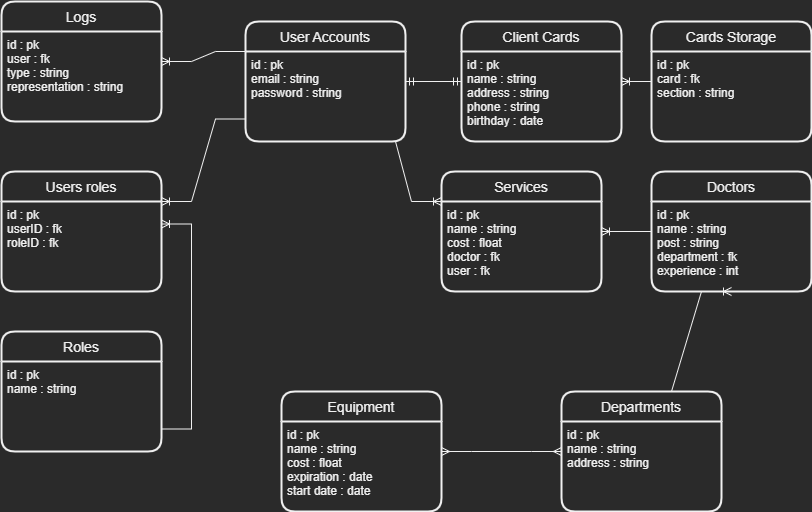
Above: db_scheme.png in Tim-Abozny/DbManagmentSystem (draw.io), before the change. Source tidied: cells renumbered, new cells last; positions are measured from the earlier drawing's top-left corner, leaving out a move shared by most shapes.
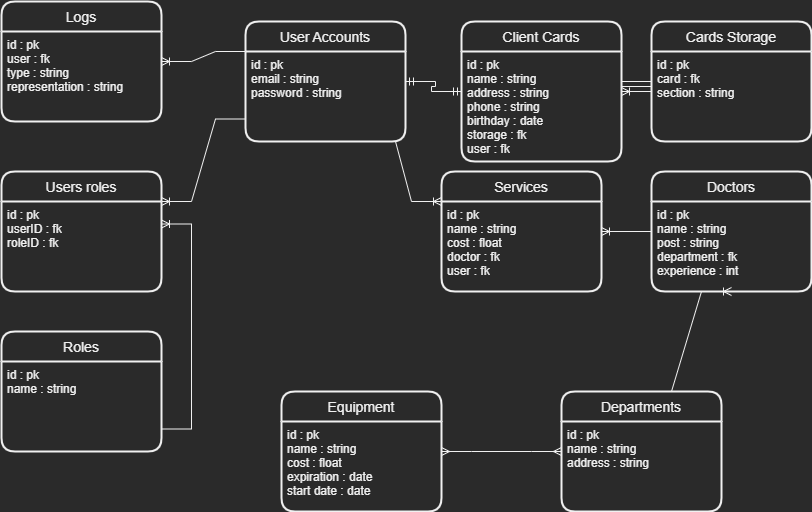
After the commit.

Commit message:
Fixed user cards table

Change to the diagram source:
```diff
@@ -39,10 +39,10 @@
       <mxGeometry y="30" width="160" height="90" as="geometry" />
     </mxCell>
     <mxCell id="14" value="Client Cards" style="swimlane;horizontal=1;startSize=30;rounded=1;fontSize=14;fontStyle=0;strokeWidth=2;shadow=0;dashed=0;align=center;" parent="1" vertex="1">
-      <mxGeometry x="460" y="20" width="160" height="120" as="geometry" />
+      <mxGeometry x="460" y="20" width="160" height="140" as="geometry" />
     </mxCell>
-    <mxCell id="15" value="id : pk&#10;name : string&#10;address : string&#10;phone : string&#10;birthday : date" style="align=left;strokeColor=none;fillColor=none;spacingLeft=4;fontSize=12;verticalAlign=top;" parent="14" vertex="1">
-      <mxGeometry y="30" width="160" height="90" as="geometry" />
+    <mxCell id="15" value="id : pk&#10;name : string&#10;address : string&#10;phone : string&#10;birthday : date&#10;storage : fk&#10;user : fk" style="align=left;strokeColor=none;fillColor=none;spacingLeft=4;fontSize=12;verticalAlign=top;" parent="14" vertex="1">
+      <mxGeometry y="30" width="160" height="110" as="geometry" />
     </mxCell>
     <mxCell id="16" value="Doctors" style="swimlane;horizontal=1;startSize=30;rounded=1;fontSize=14;fontStyle=0;strokeWidth=2;shadow=0;dashed=0;align=center;" parent="1" vertex="1">
       <mxGeometry x="650" y="170" width="160" height="120" as="geometry" />
```
